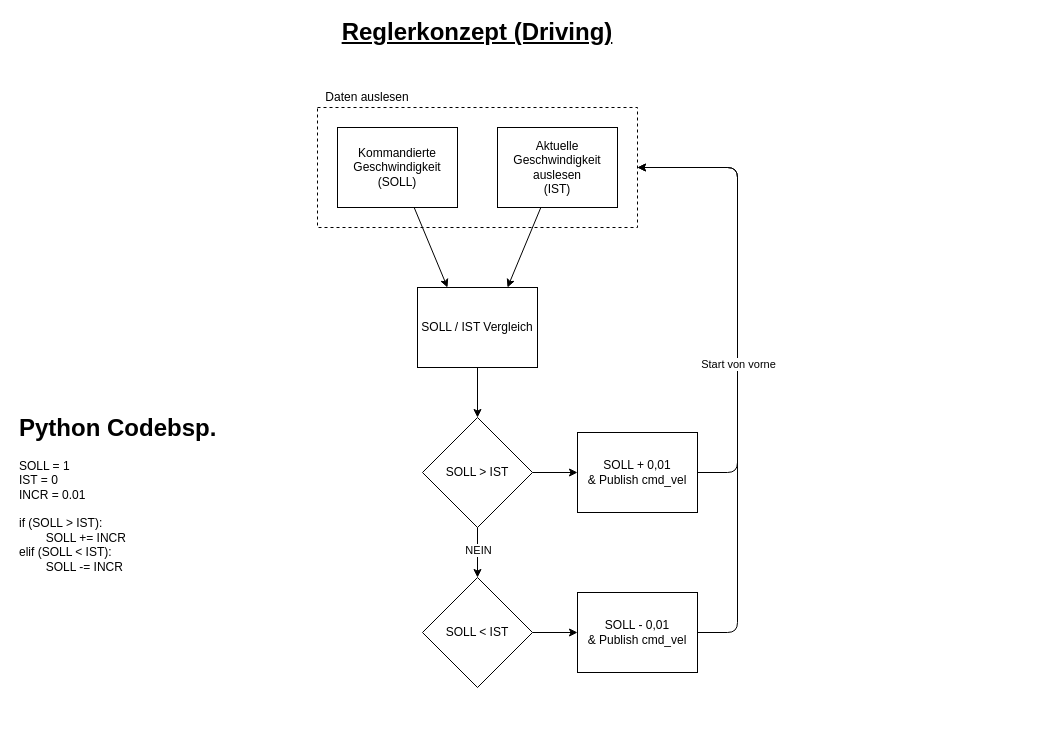
This is page "Driving" (1 of 3) of Doku/Regler/reglerkonzept.drawio from yaba-source/canalchecker, a draw.io file, before an edit. Source tidied: cells renumbered, new cells numbered last; positions are measured from the earlier drawing's top-left corner, leaving out a move shared by most shapes. Both pictures are drawn from the tidied source at 100%, with x=0, y=0 at pixel (17, 17).
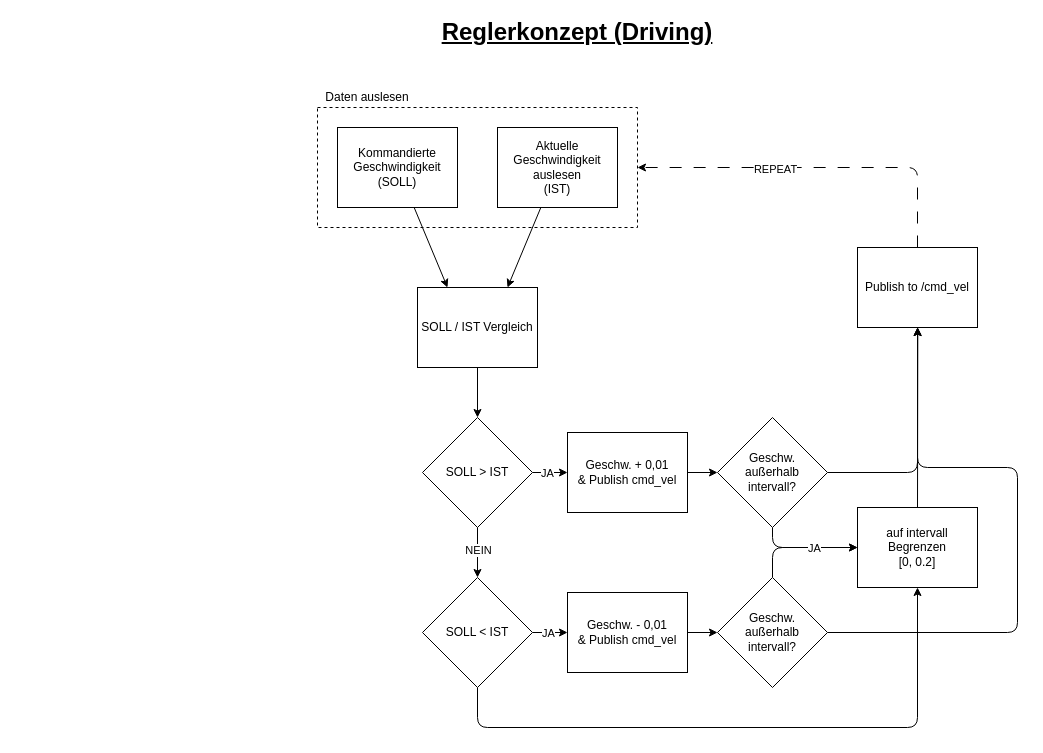
The same diagram, later.

The change refers to these unchanged cells:
```xml
<mxCell id="2" style="rounded=0;whiteSpace=wrap;html=1;fillColor=none;dashed=1;" parent="1" vertex="1">
  <mxGeometry x="300" y="90" width="320" height="120" as="geometry" />
</mxCell>
<mxCell id="10" style="edgeStyle=none;html=1;exitX=1;exitY=0.5;exitDx=0;exitDy=0;entryX=0;entryY=0.5;entryDx=0;entryDy=0;" parent="1" edge="1" source="11" target="18">
  <mxGeometry relative="1" as="geometry" />
</mxCell>
<mxCell id="12" style="edgeStyle=none;html=1;exitX=1;exitY=0.5;exitDx=0;exitDy=0;entryX=0;entryY=0.5;entryDx=0;entryDy=0;" parent="1" edge="1" source="13" target="21">
  <mxGeometry relative="1" as="geometry" />
</mxCell>
<mxCell id="13" value="SOLL &amp;lt; IST" style="rhombus;whiteSpace=wrap;html=1;" parent="1" vertex="1">
  <mxGeometry x="405" y="560" width="110" height="110" as="geometry" />
</mxCell>
```

Diff of the diagram source:
```diff
@@
     <mxCell id="3" value="&lt;font style=&quot;font-size: 24px;&quot;&gt;&lt;b style=&quot;&quot;&gt;&lt;u style=&quot;&quot;&gt;Reglerkonzept (Driving)&lt;/u&gt;&lt;/b&gt;&lt;/font&gt;" style="text;html=1;align=center;verticalAlign=middle;whiteSpace=wrap;rounded=0;" parent="1" vertex="1">
-      <mxGeometry x="280" width="360" height="30" as="geometry" />
+      <mxGeometry x="380" width="360" height="30" as="geometry" />
     </mxCell>
@@
+    <mxCell id="23" value="JA" style="edgeLabel;html=1;align=center;verticalAlign=middle;" parent="10" vertex="1">
+      <mxGeometry x="-0.06" y="-2" relative="1" as="geometry">
+        <mxPoint x="-2" y="-2" as="offset" />
+      </mxGeometry>
+    </mxCell>
@@
+    <mxCell id="24" value="JA" style="edgeLabel;html=1;align=center;verticalAlign=middle;" parent="12" vertex="1">
+      <mxGeometry x="-0.49" y="-3" relative="1" as="geometry">
+        <mxPoint x="6" y="-3" as="offset" />
+      </mxGeometry>
+    </mxCell>
+    <mxCell id="25" style="edgeStyle=none;html=1;exitX=0.5;exitY=1;exitDx=0;exitDy=0;entryX=0.5;entryY=1;entryDx=0;entryDy=0;" parent="1" edge="1" source="13" target="39">
+      <mxGeometry relative="1" as="geometry">
+        <Array as="points">
+          <mxPoint x="460" y="710" />
+          <mxPoint x="900" y="710" />
+        </Array>
+      </mxGeometry>
+    </mxCell>
@@
-    <mxCell id="17" style="edgeStyle=none;html=1;entryX=1;entryY=0.5;entryDx=0;entryDy=0;exitX=1;exitY=0.5;exitDx=0;exitDy=0;" parent="1" edge="1" source="18" target="2">
-      <mxGeometry relative="1" as="geometry">
-        <Array as="points">
-          <mxPoint x="720" y="455" />
-          <mxPoint x="720" y="150" />
-        </Array>
-      </mxGeometry>
-    </mxCell>
+    <mxCell id="26" style="edgeStyle=none;html=1;exitX=1;exitY=0.5;exitDx=0;exitDy=0;entryX=0;entryY=0.5;entryDx=0;entryDy=0;" parent="1" edge="1" source="18" target="30">
+      <mxGeometry relative="1" as="geometry" />
+    </mxCell>
-    <mxCell id="18" value="SOLL + 0,01&lt;div&gt;&amp;amp; Publish cmd_vel&lt;/div&gt;" style="rounded=0;whiteSpace=wrap;html=1;" parent="1" vertex="1">
-      <mxGeometry x="560" y="415" width="120" height="80" as="geometry" />
+    <mxCell id="18" value="Geschw. + 0,01&lt;div&gt;&amp;amp; Publish cmd_vel&lt;/div&gt;" style="rounded=0;whiteSpace=wrap;html=1;" parent="1" vertex="1">
+      <mxGeometry x="550" y="415" width="120" height="80" as="geometry" />
     </mxCell>
-    <mxCell id="19" style="edgeStyle=none;html=1;exitX=1;exitY=0.5;exitDx=0;exitDy=0;entryX=1;entryY=0.5;entryDx=0;entryDy=0;" parent="1" edge="1" source="21" target="2">
-      <mxGeometry relative="1" as="geometry">
-        <Array as="points">
-          <mxPoint x="720" y="615" />
-          <mxPoint x="720" y="150" />
-        </Array>
-      </mxGeometry>
-    </mxCell>
-    <mxCell id="20" value="Start von vorne" style="edgeLabel;html=1;align=center;verticalAlign=middle;" parent="19" vertex="1">
-      <mxGeometry x="0.02" relative="1" as="geometry" />
-    </mxCell>
+    <mxCell id="27" style="edgeStyle=none;html=1;exitX=1;exitY=0.5;exitDx=0;exitDy=0;entryX=0;entryY=0.5;entryDx=0;entryDy=0;" parent="1" edge="1" source="21" target="34">
+      <mxGeometry relative="1" as="geometry" />
+    </mxCell>
-    <mxCell id="21" value="SOLL - 0,01&lt;div&gt;&amp;amp; Publish cmd_vel&lt;/div&gt;" style="rounded=0;whiteSpace=wrap;html=1;" parent="1" vertex="1">
-      <mxGeometry x="560" y="575" width="120" height="80" as="geometry" />
+    <mxCell id="21" value="Geschw. - 0,01&lt;div&gt;&amp;amp; Publish cmd_vel&lt;/div&gt;" style="rounded=0;whiteSpace=wrap;html=1;" parent="1" vertex="1">
+      <mxGeometry x="550" y="575" width="120" height="80" as="geometry" />
     </mxCell>
-    <mxCell id="22" value="&lt;h1 style=&quot;margin-top: 0px;&quot;&gt;Python Codebsp.&lt;/h1&gt;&lt;p&gt;SOLL = 1&lt;br&gt;IST = 0&lt;br&gt;INCR = 0.01&lt;br&gt;&lt;br&gt;if (SOLL &amp;gt; IST):&lt;br&gt;&lt;span style=&quot;white-space: pre;&quot;&gt;&#9;&lt;/span&gt;SOLL += INCR&lt;br&gt;elif (SOLL &amp;lt; IST):&lt;br&gt;&lt;span style=&quot;white-space: pre;&quot;&gt;&#9;&lt;/span&gt;SOLL -= INCR&lt;br&gt;&lt;/p&gt;" style="text;html=1;whiteSpace=wrap;overflow=hidden;rounded=0;" parent="1" vertex="1">
-      <mxGeometry y="390" width="200" height="180" as="geometry" />
-    </mxCell>
+    <mxCell id="28" style="edgeStyle=none;html=1;exitX=0.5;exitY=1;exitDx=0;exitDy=0;entryX=0;entryY=0.5;entryDx=0;entryDy=0;" parent="1" edge="1" source="30" target="39">
+      <mxGeometry relative="1" as="geometry">
+        <Array as="points">
+          <mxPoint x="755" y="530" />
+        </Array>
+      </mxGeometry>
+    </mxCell>
+    <mxCell id="29" style="edgeStyle=none;html=1;exitX=1;exitY=0.5;exitDx=0;exitDy=0;" parent="1" edge="1" source="30">
+      <mxGeometry relative="1" as="geometry">
+        <mxPoint x="900" y="310" as="targetPoint" />
+        <Array as="points">
+          <mxPoint x="900" y="455" />
+        </Array>
+      </mxGeometry>
+    </mxCell>
+    <mxCell id="30" value="Geschw.&lt;br&gt;außerhalb&lt;br&gt;intervall?" style="rhombus;whiteSpace=wrap;html=1;" parent="1" vertex="1">
+      <mxGeometry x="700" y="400" width="110" height="110" as="geometry" />
+    </mxCell>
+    <mxCell id="31" style="edgeStyle=none;html=1;exitX=0.5;exitY=0;exitDx=0;exitDy=0;entryX=0;entryY=0.5;entryDx=0;entryDy=0;" parent="1" edge="1" source="34" target="39">
+      <mxGeometry relative="1" as="geometry">
+        <Array as="points">
+          <mxPoint x="755" y="530" />
+        </Array>
+      </mxGeometry>
+    </mxCell>
+    <mxCell id="32" value="JA" style="edgeLabel;html=1;align=center;verticalAlign=middle;" parent="31" vertex="1">
+      <mxGeometry x="0.24" relative="1" as="geometry" />
+    </mxCell>
+    <mxCell id="33" style="edgeStyle=none;html=1;exitX=1;exitY=0.5;exitDx=0;exitDy=0;" parent="1" edge="1" source="34">
+      <mxGeometry relative="1" as="geometry">
+        <mxPoint x="900" y="310" as="targetPoint" />
+        <Array as="points">
+          <mxPoint x="1000" y="615" />
+          <mxPoint x="1000" y="450" />
+          <mxPoint x="900" y="450" />
+        </Array>
+      </mxGeometry>
+    </mxCell>
+    <mxCell id="34" value="Geschw.&lt;br&gt;außerhalb&lt;br&gt;intervall?" style="rhombus;whiteSpace=wrap;html=1;" parent="1" vertex="1">
+      <mxGeometry x="700" y="560" width="110" height="110" as="geometry" />
+    </mxCell>
+    <mxCell id="35" style="edgeStyle=none;html=1;exitX=0.5;exitY=0;exitDx=0;exitDy=0;entryX=1;entryY=0.5;entryDx=0;entryDy=0;dashed=1;dashPattern=12 12;" parent="1" edge="1" source="37" target="2">
+      <mxGeometry relative="1" as="geometry">
+        <Array as="points">
+          <mxPoint x="900" y="150" />
+        </Array>
+      </mxGeometry>
+    </mxCell>
+    <mxCell id="36" value="REPEAT" style="edgeLabel;html=1;align=center;verticalAlign=middle;" parent="35" vertex="1">
+      <mxGeometry x="0.24" y="1" relative="1" as="geometry" />
+    </mxCell>
+    <mxCell id="37" value="Publish to /cmd_vel" style="rounded=0;whiteSpace=wrap;html=1;" parent="1" vertex="1">
+      <mxGeometry x="840" y="230" width="120" height="80" as="geometry" />
+    </mxCell>
+    <mxCell id="38" style="edgeStyle=none;html=1;exitX=0.5;exitY=0;exitDx=0;exitDy=0;" parent="1" edge="1" source="39">
+      <mxGeometry relative="1" as="geometry">
+        <mxPoint x="900.3" y="310" as="targetPoint" />
+      </mxGeometry>
+    </mxCell>
+    <mxCell id="39" value="auf intervall Begrenzen&lt;br&gt;&lt;div&gt;[0, 0.2]&lt;/div&gt;" style="rounded=0;whiteSpace=wrap;html=1;" parent="1" vertex="1">
+      <mxGeometry x="840" y="490" width="120" height="80" as="geometry" />
+    </mxCell>
```
